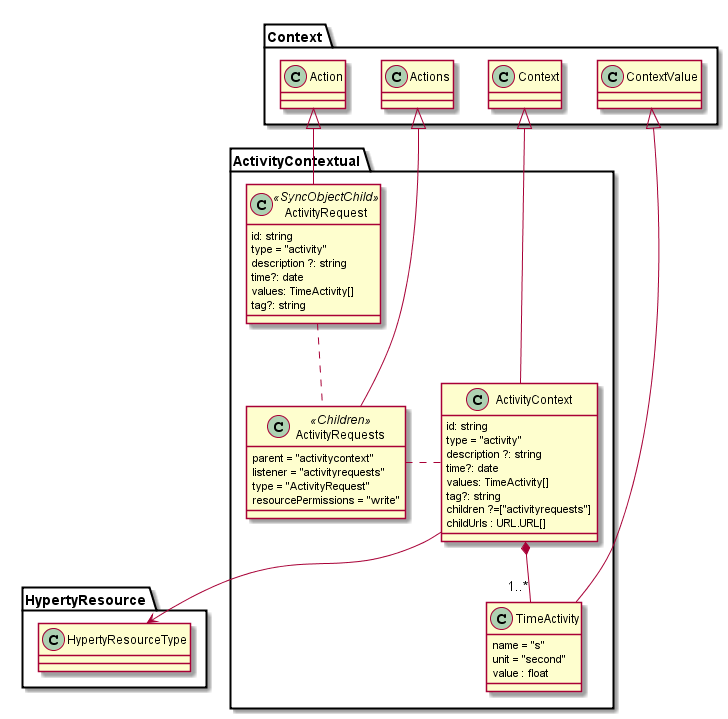
Earlier version of the PlantUML export docs/activity-context.png (reTHINK-project/dev-smart-contextual-assistance-app). Source of this version:
```plantuml
@startuml "activity-context.png"

Package ActivityContextual {

class ActivityContext {
  id: string
  type = "activity"
  description ?: string
  time?: date
  values: TimeActivity[]
  tag?: string
  children ?=["activityrequests"]
  childUrls : URL.URL[]
}


class TimeActivity {
  name = "s"
  unit = "second"
  value : float
}

class ActivityRequests <<Children>> {
  parent = "activitycontext"
  listener = "activityrequests"
  type = "ActivityRequest"
  resourcePermissions = "write"
}

class ActivityRequest <<SyncObjectChild>> {
  id: string
  type = "activity"
  description ?: string
  time?: date
  values: TimeActivity[]
  tag?: string
}
}
ActivityContext *-- "1..*" TimeActivity

ActivityContext -up-|> Context.Context
ActivityRequests -up-|> Context.Actions
ActivityRequest -up-|> Context.Action
TimeActivity -up-|> Context.ContextValue
ActivityContext .left. ActivityRequests
ActivityRequest .. ActivityRequests
ActivityContext --> HypertyResource.HypertyResourceType


@enduml
```
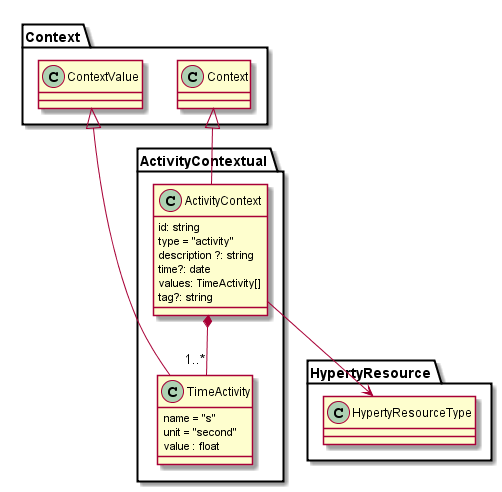
Later version of the same file.

What changed in the source:
```diff
@@ -9,8 +9,6 @@
   time?: date
   values: TimeActivity[]
   tag?: string
-  children ?=["activityrequests"]
-  childUrls : URL.URL[]
 }
 
 
@@ -20,30 +18,11 @@
   value : float
 }
 
-class ActivityRequests <<Children>> {
-  parent = "activitycontext"
-  listener = "activityrequests"
-  type = "ActivityRequest"
-  resourcePermissions = "write"
-}
-
-class ActivityRequest <<SyncObjectChild>> {
-  id: string
-  type = "activity"
-  description ?: string
-  time?: date
-  values: TimeActivity[]
-  tag?: string
-}
 }
 ActivityContext *-- "1..*" TimeActivity
 
 ActivityContext -up-|> Context.Context
-ActivityRequests -up-|> Context.Actions
-ActivityRequest -up-|> Context.Action
 TimeActivity -up-|> Context.ContextValue
-ActivityContext .left. ActivityRequests
-ActivityRequest .. ActivityRequests
 ActivityContext --> HypertyResource.HypertyResourceType
 
 
```
